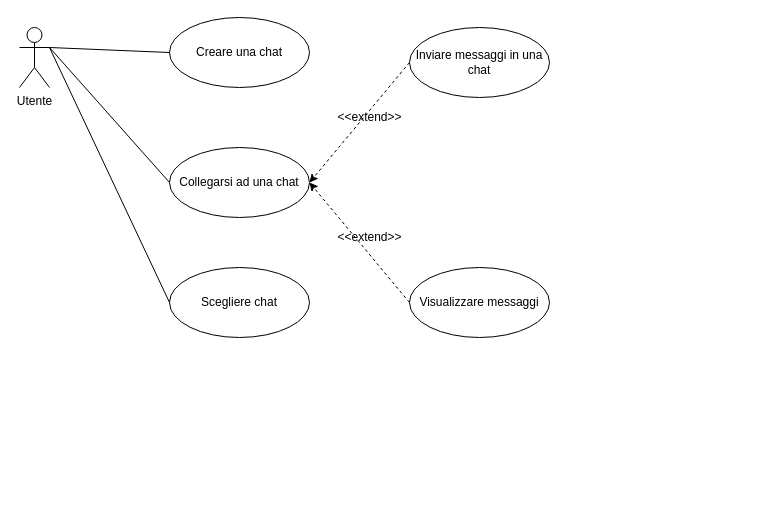
The draw.io diagram HowdyProject/UML/UseCaseDiagram.drawio in Mo27x/pyclan, before the edit. Source tidied: cells renumbered, new cells numbered last; positions are measured from the earlier drawing's top-left corner, leaving out a move shared by most shapes. Both pictures are drawn from the tidied source at 100%, with x=0, y=0 at pixel (19, 17).
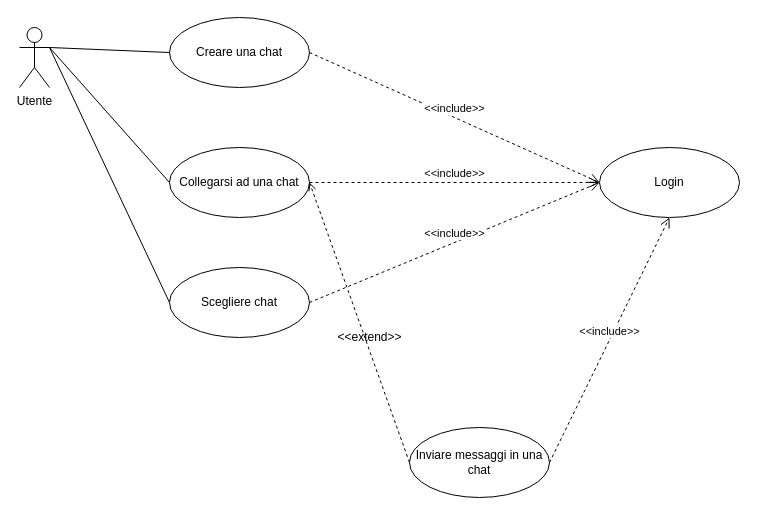
The same diagram, later.

Diff of the diagram source:
```diff
@@
 <mxGraphModel>
   <root>
     <mxCell id="0" />
     <mxCell id="1" parent="0" />
     <mxCell id="2" value="Utente" style="shape=umlActor;verticalLabelPosition=bottom;verticalAlign=top;html=1;" parent="1" vertex="1">
       <mxGeometry y="10" width="30" height="60" as="geometry" />
     </mxCell>
-    <mxCell id="3" value="Visualizzare messaggi" style="ellipse;whiteSpace=wrap;html=1;" parent="1" vertex="1">
-      <mxGeometry x="390" y="250" width="140" height="70" as="geometry" />
-    </mxCell>
     <mxCell id="4" value="Scegliere chat" style="ellipse;whiteSpace=wrap;html=1;" parent="1" vertex="1">
       <mxGeometry x="150" y="250" width="140" height="70" as="geometry" />
     </mxCell>
     <mxCell id="5" value="Inviare messaggi in una chat" style="ellipse;whiteSpace=wrap;html=1;" parent="1" vertex="1">
-      <mxGeometry x="390" y="10" width="140" height="70" as="geometry" />
+      <mxGeometry x="390" y="410" width="140" height="70" as="geometry" />
     </mxCell>
     <mxCell id="6" value="Creare una chat" style="ellipse;whiteSpace=wrap;html=1;" parent="1" vertex="1">
       <mxGeometry x="150" width="140" height="70" as="geometry" />
     </mxCell>
     <mxCell id="7" value="Collegarsi ad una chat" style="ellipse;whiteSpace=wrap;html=1;" parent="1" vertex="1">
       <mxGeometry x="150" y="130" width="140" height="70" as="geometry" />
     </mxCell>
-    <mxCell id="8" style="endArrow=classic;html=1;dashed=1;exitX=0;exitY=0.5;exitDx=0;exitDy=0;entryX=1;entryY=0.5;entryDx=0;entryDy=0;" parent="1" edge="1" source="5" target="7">
+    <mxCell id="8" style="endArrow=open;html=1;dashed=1;exitX=0;exitY=0.5;exitDx=0;exitDy=0;entryX=1;entryY=0.5;entryDx=0;entryDy=0;endFill=0;" parent="1" edge="1" source="5" target="7">
       <mxGeometry relative="1" as="geometry" />
     </mxCell>
-    <mxCell id="9" style="endArrow=classic;html=1;dashed=1;exitX=0;exitY=0.5;exitDx=0;exitDy=0;entryX=1;entryY=0.5;entryDx=0;entryDy=0;" parent="1" edge="1" source="3" target="7">
-      <mxGeometry relative="1" as="geometry" />
-    </mxCell>
     <mxCell id="10" value="&amp;lt;&amp;lt;extend&amp;gt;&amp;gt;" style="text;html=1;align=center;verticalAlign=middle;" parent="1" vertex="1">
-      <mxGeometry x="310" y="90" width="80" height="20" as="geometry" />
+      <mxGeometry x="310" y="310" width="80" height="20" as="geometry" />
     </mxCell>
-    <mxCell id="11" value="&amp;lt;&amp;lt;extend&amp;gt;&amp;gt;" style="text;html=1;align=center;verticalAlign=middle;" parent="1" vertex="1">
-      <mxGeometry x="310" y="210" width="80" height="20" as="geometry" />
-    </mxCell>
     <mxCell id="12" style="endArrow=none;html=1;exitX=1;exitY=0.3333333333333333;exitDx=0;exitDy=0;exitPerimeter=0;entryX=0;entryY=0.5;entryDx=0;entryDy=0;" parent="1" edge="1" source="2" target="6">
       <mxGeometry relative="1" as="geometry" />
     </mxCell>
     <mxCell id="13" style="endArrow=none;html=1;entryX=1;entryY=0.3333333333333333;entryDx=0;entryDy=0;entryPerimeter=0;exitX=0;exitY=0.5;exitDx=0;exitDy=0;" parent="1" edge="1" source="4" target="2">
       <mxGeometry relative="1" as="geometry" />
     </mxCell>
     <mxCell id="14" style="endArrow=none;html=1;exitX=1;exitY=0.3333333333333333;exitDx=0;exitDy=0;exitPerimeter=0;entryX=0;entryY=0.5;entryDx=0;entryDy=0;" parent="1" edge="1" source="2" target="7">
       <mxGeometry relative="1" as="geometry" />
     </mxCell>
+    <mxCell id="15" value="Login" style="ellipse;whiteSpace=wrap;html=1;" parent="1" vertex="1">
+      <mxGeometry x="580" y="130" width="140" height="70" as="geometry" />
+    </mxCell>
+    <mxCell id="16" value="&amp;lt;&amp;lt;include&amp;gt;&amp;gt;" style="html=1;verticalAlign=bottom;endArrow=open;dashed=1;endSize=8;entryX=0.5;entryY=1;entryDx=0;entryDy=0;exitX=1;exitY=0.5;exitDx=0;exitDy=0;" parent="1" edge="1" source="5" target="15">
+      <mxGeometry relative="1" as="geometry" />
+    </mxCell>
+    <mxCell id="17" value="&amp;lt;&amp;lt;include&amp;gt;&amp;gt;" style="html=1;verticalAlign=bottom;endArrow=open;dashed=1;endSize=8;entryX=0;entryY=0.5;entryDx=0;entryDy=0;exitX=1;exitY=0.5;exitDx=0;exitDy=0;" parent="1" edge="1" source="6" target="15">
+      <mxGeometry relative="1" as="geometry" />
+    </mxCell>
+    <mxCell id="18" value="&amp;lt;&amp;lt;include&amp;gt;&amp;gt;" style="html=1;verticalAlign=bottom;endArrow=open;dashed=1;endSize=8;entryX=0;entryY=0.5;entryDx=0;entryDy=0;exitX=1;exitY=0.5;exitDx=0;exitDy=0;" parent="1" edge="1" source="7" target="15">
+      <mxGeometry relative="1" as="geometry" />
+    </mxCell>
+    <mxCell id="19" value="&amp;lt;&amp;lt;include&amp;gt;&amp;gt;" style="html=1;verticalAlign=bottom;endArrow=open;dashed=1;endSize=8;entryX=0;entryY=0.5;entryDx=0;entryDy=0;exitX=1;exitY=0.5;exitDx=0;exitDy=0;" parent="1" edge="1" source="4" target="15">
+      <mxGeometry relative="1" as="geometry" />
+    </mxCell>
   </root>
 </mxGraphModel>
```
